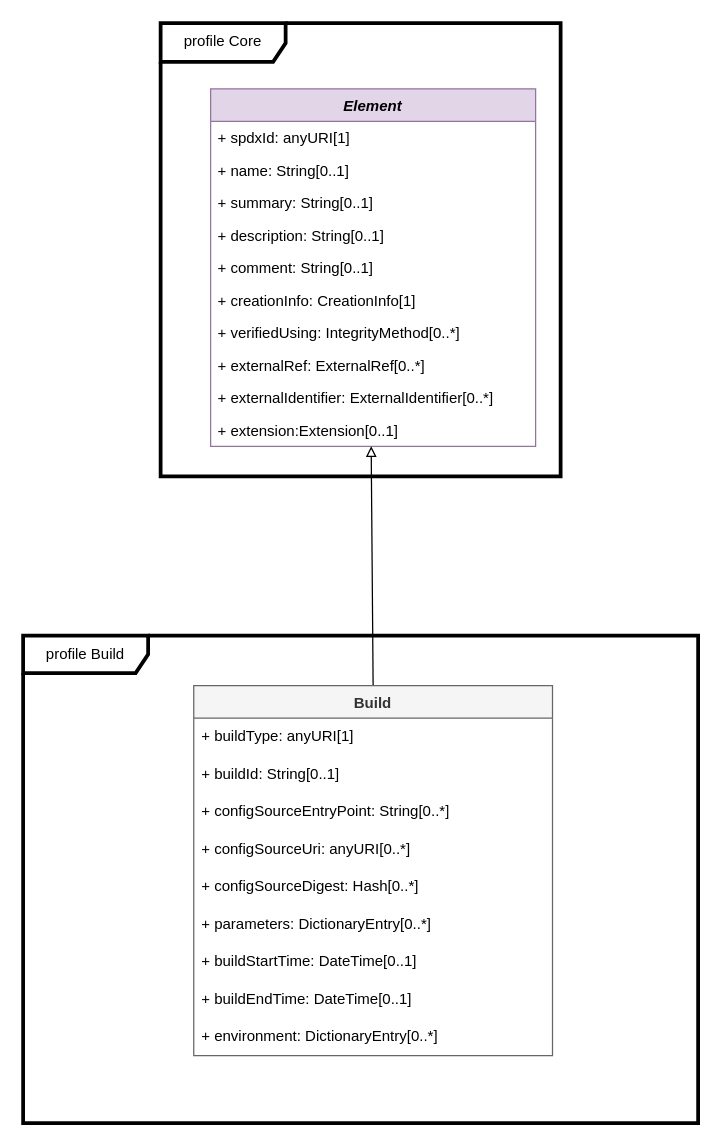
Above: page "Build" (4 of 7) of model.drawio in spdx/spdx-3-model (draw.io), before the change. Source tidied: cells renumbered, new cells numbered last; positions are measured from the earlier drawing's top-left corner, leaving out a move shared by most shapes. Both pictures are drawn from the tidied source at 125%, with x=0, y=0 at pixel (22, 22).
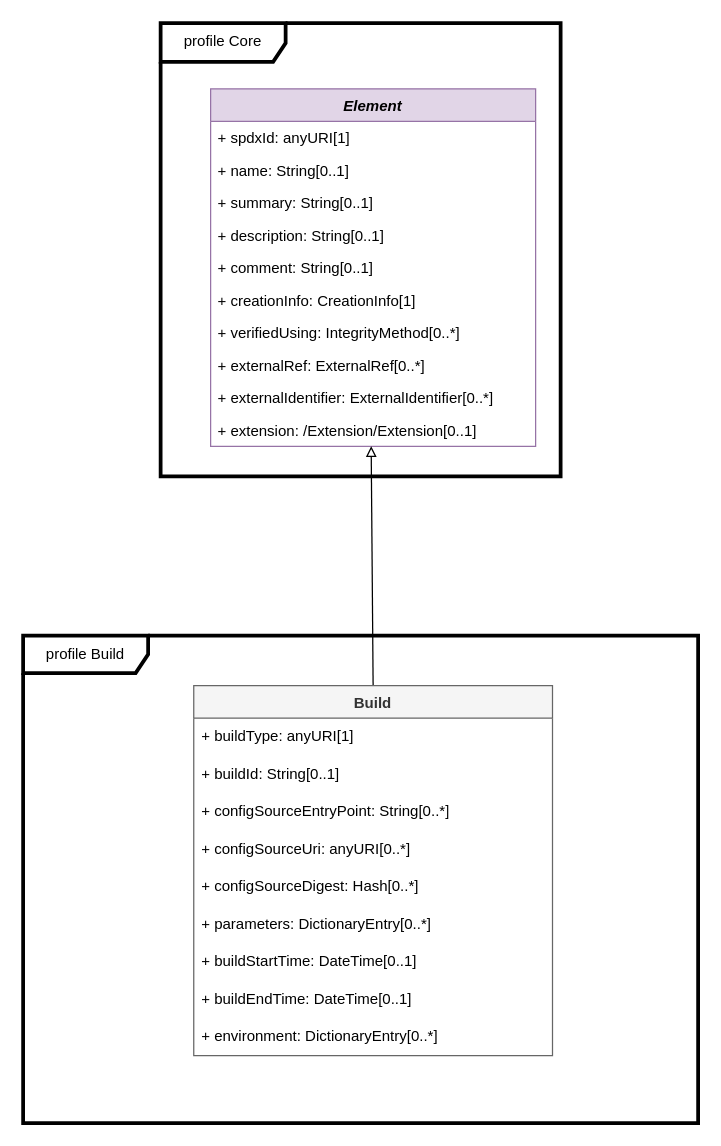
The same diagram, later.

Commit message (it also covers changes not shown here):
Add `/Extension/` prefix to two `Extension` in diagram

- For labelling consistency
- Also add a space between "extension:" and "/Extension/"

Unchanged cells that the change refers to:
```xml
<mxCell id="3" value="Element" style="swimlane;fontStyle=3;horizontal=1;startSize=26;fillColor=#e1d5e7;strokeColor=#9673a6;" parent="1" vertex="1">
  <mxGeometry x="150" y="52.5" width="260" height="286" as="geometry" />
</mxCell>
```

The edit, as a diff of the source:
```diff
@@
-    <mxCell id="13" value="+ extension:Extension[0..1]" style="text;strokeColor=none;fillColor=none;align=left;verticalAlign=top;spacingLeft=4;spacingRight=4;overflow=hidden;points=[[0,0.5],[1,0.5]];portConstraint=eastwest;" parent="3" vertex="1">
+    <mxCell id="13" value="+ extension: /Extension/Extension[0..1]" style="text;strokeColor=none;fillColor=none;align=left;verticalAlign=top;spacingLeft=4;spacingRight=4;overflow=hidden;points=[[0,0.5],[1,0.5]];portConstraint=eastwest;" parent="3" vertex="1">
       <mxGeometry y="260" width="260" height="26" as="geometry" />
     </mxCell>
```
